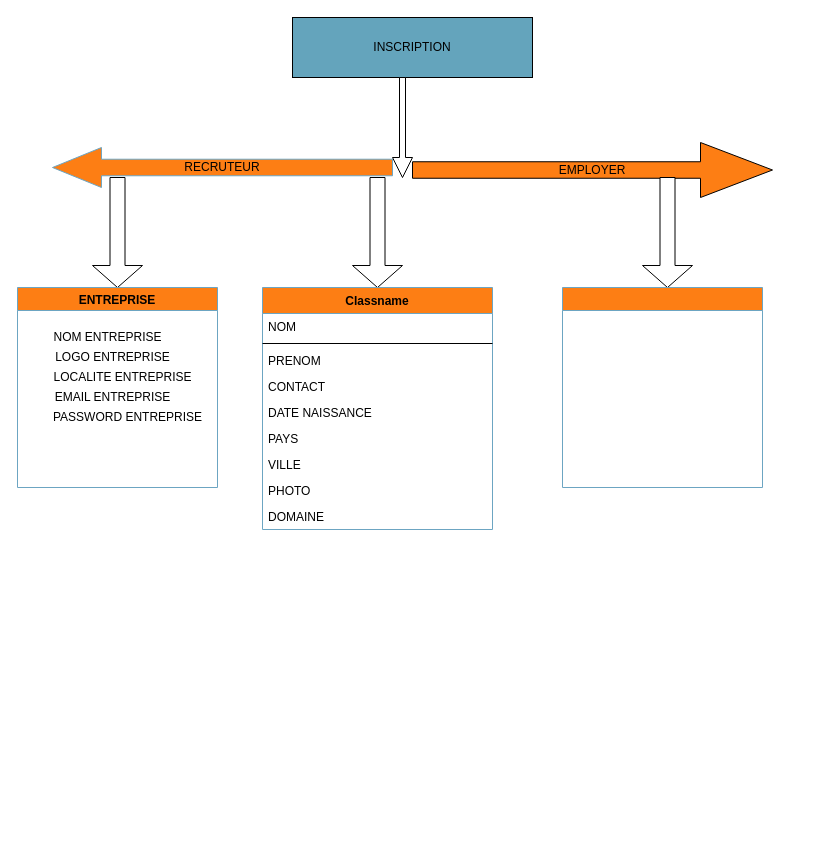
The draw.io diagram AT_RM.drawio in DavidDem249/diagrams, before the edit. Source tidied: cells renumbered, new cells numbered last; positions are measured from the earlier drawing's top-left corner, leaving out a move shared by most shapes. Both pictures are drawn from the tidied source at 100%, with x=0, y=0 at pixel (17, 17).
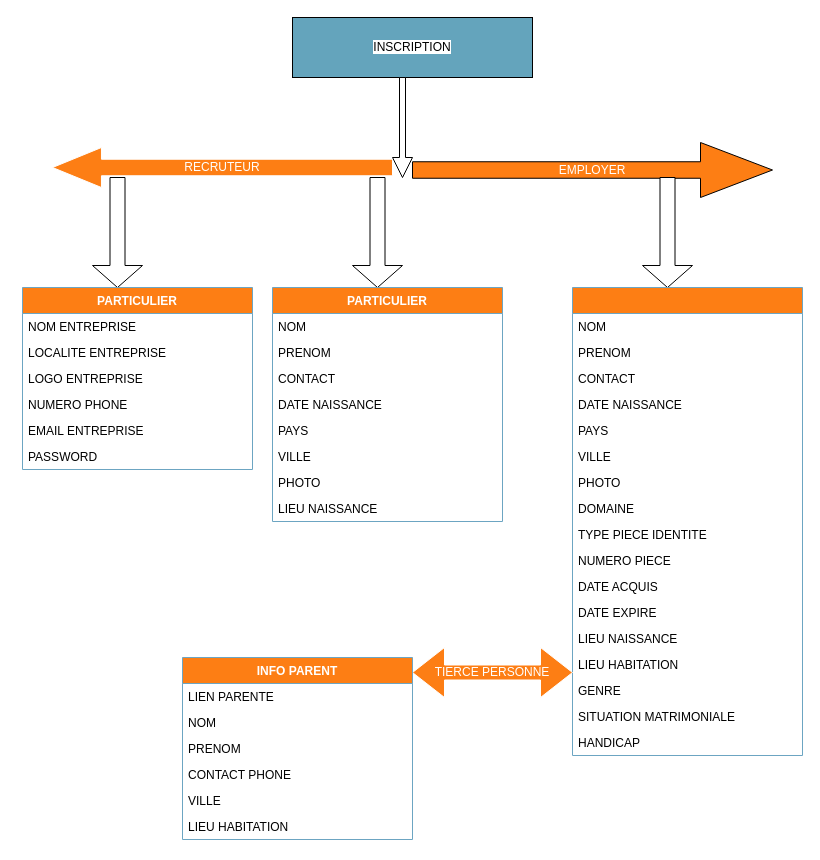
The same page after the edit.

Commit message:
Activité encours...

The edit, as a diff of the source:
```diff
@@
-    <mxCell id="2" value="INSCRIPTION" style="rounded=0;whiteSpace=wrap;html=1;fillColor=#64A4BC;" parent="1" vertex="1">
+    <mxCell id="2" value="&lt;span style=&quot;background-color: rgb(255 , 255 , 255)&quot;&gt;INSCRIPTION&lt;/span&gt;" style="rounded=0;whiteSpace=wrap;html=1;fillColor=#64A4BC;" parent="1" vertex="1">
       <mxGeometry x="275" width="240" height="60" as="geometry" />
     </mxCell>
@@
-    <mxCell id="4" value="RECRUTEUR" style="shape=singleArrow;direction=west;whiteSpace=wrap;html=1;arrowWidth=0.41333414713541666;arrowSize=0.144000244140625;strokeColor=#6CA5C2;fillColor=#fd7e14;" parent="1" vertex="1">
+    <mxCell id="4" value="&lt;font color=&quot;#ffffff&quot;&gt;RECRUTEUR&lt;/font&gt;" style="shape=singleArrow;direction=west;whiteSpace=wrap;html=1;arrowWidth=0.41333414713541666;arrowSize=0.144000244140625;strokeColor=#FFFFFF;fillColor=#fd7e14;" parent="1" vertex="1">
       <mxGeometry x="35" y="130" width="340" height="40" as="geometry" />
     </mxCell>
-    <mxCell id="5" value="EMPLOYER" style="shape=singleArrow;whiteSpace=wrap;html=1;fillColor=#fd7e14;" parent="1" vertex="1">
+    <mxCell id="5" value="&lt;font color=&quot;#ffffff&quot;&gt;EMPLOYER&lt;/font&gt;" style="shape=singleArrow;whiteSpace=wrap;html=1;fillColor=#fd7e14;" parent="1" vertex="1">
       <mxGeometry x="395" y="125" width="360" height="55" as="geometry" />
     </mxCell>
@@
-    <mxCell id="8" value="ENTREPRISE" style="swimlane;strokeColor=#6CA5C2;fillColor=#fd7e14;" parent="1" vertex="1">
-      <mxGeometry y="270" width="200" height="200" as="geometry" />
-    </mxCell>
-    <mxCell id="9" value="NOM ENTREPRISE" style="text;html=1;align=center;verticalAlign=middle;strokeColor=none;" parent="8" vertex="1">
-      <mxGeometry x="30" y="40" width="120" height="20" as="geometry" />
-    </mxCell>
-    <mxCell id="10" value="LOGO ENTREPRISE" style="text;html=1;align=center;verticalAlign=middle;strokeColor=none;" parent="1" vertex="1">
-      <mxGeometry x="30" y="330" width="130" height="20" as="geometry" />
-    </mxCell>
-    <mxCell id="11" value="LOCALITE ENTREPRISE" style="text;html=1;align=center;verticalAlign=middle;strokeColor=none;" parent="1" vertex="1">
-      <mxGeometry x="30" y="350" width="150" height="20" as="geometry" />
-    </mxCell>
-    <mxCell id="12" value="EMAIL ENTREPRISE" style="text;html=1;align=center;verticalAlign=middle;strokeColor=none;" parent="1" vertex="1">
-      <mxGeometry x="30" y="370" width="130" height="20" as="geometry" />
-    </mxCell>
@@
-    <mxCell id="14" style="swimlane;strokeColor=#6CA5C2;fillColor=#fd7e14;" parent="1" vertex="1">
-      <mxGeometry x="545" y="270" width="200" height="200" as="geometry" />
-    </mxCell>
-    <mxCell id="15" value="PASSWORD ENTREPRISE" style="text;html=1;align=center;verticalAlign=middle;strokeColor=none;" parent="1" vertex="1">
-      <mxGeometry x="30" y="390" width="160" height="20" as="geometry" />
-    </mxCell>
-    <mxCell id="16" value="Classname" style="swimlane;fontStyle=1;align=center;verticalAlign=top;horizontal=1;startSize=26;strokeColor=#6CA5C2;fillColor=#fd7e14;" parent="1" vertex="1">
-      <mxGeometry x="245" y="270" width="230" height="242" as="geometry" />
+    <mxCell id="16" value="PARTICULIER" style="swimlane;fontStyle=1;align=center;verticalAlign=top;horizontal=1;startSize=26;strokeColor=#6CA5C2;fillColor=#fd7e14;fontColor=#FFFFFF;" parent="1" vertex="1">
+      <mxGeometry x="5" y="270" width="230" height="182" as="geometry" />
     </mxCell>
-    <mxCell id="17" value="NOM" style="text;strokeColor=none;fillColor=none;align=left;verticalAlign=top;spacingLeft=4;spacingRight=4;overflow=hidden;" parent="16" vertex="1">
+    <mxCell id="17" value="NOM ENTREPRISE" style="text;strokeColor=none;fillColor=none;align=left;verticalAlign=top;spacingLeft=4;spacingRight=4;overflow=hidden;" parent="16" vertex="1">
       <mxGeometry y="26" width="230" height="26" as="geometry" />
     </mxCell>
-    <mxCell id="18" style="line;strokeWidth=1;fillColor=none;align=left;verticalAlign=middle;spacingTop=-1;spacingLeft=3;spacingRight=3;labelPosition=right;" parent="16" vertex="1">
-      <mxGeometry y="52" width="230" height="8" as="geometry" />
-    </mxCell>
-    <mxCell id="19" value="PRENOM" style="text;strokeColor=none;fillColor=none;align=left;verticalAlign=top;spacingLeft=4;spacingRight=4;overflow=hidden;" parent="16" vertex="1">
-      <mxGeometry y="60" width="230" height="26" as="geometry" />
+    <mxCell id="19" value="LOCALITE ENTREPRISE" style="text;strokeColor=none;fillColor=none;align=left;verticalAlign=top;spacingLeft=4;spacingRight=4;overflow=hidden;" parent="16" vertex="1">
+      <mxGeometry y="52" width="230" height="26" as="geometry" />
     </mxCell>
-    <mxCell id="20" value="CONTACT" style="text;strokeColor=none;fillColor=none;align=left;verticalAlign=top;spacingLeft=4;spacingRight=4;overflow=hidden;" parent="16" vertex="1">
-      <mxGeometry y="86" width="230" height="26" as="geometry" />
+    <mxCell id="20" value="LOGO ENTREPRISE" style="text;strokeColor=none;fillColor=none;align=left;verticalAlign=top;spacingLeft=4;spacingRight=4;overflow=hidden;" parent="16" vertex="1">
+      <mxGeometry y="78" width="230" height="26" as="geometry" />
     </mxCell>
-    <mxCell id="21" value="DATE NAISSANCE" style="text;strokeColor=none;fillColor=none;align=left;verticalAlign=top;spacingLeft=4;spacingRight=4;overflow=hidden;" parent="16" vertex="1">
-      <mxGeometry y="112" width="230" height="26" as="geometry" />
+    <mxCell id="21" value="NUMERO PHONE" style="text;strokeColor=none;fillColor=none;align=left;verticalAlign=top;spacingLeft=4;spacingRight=4;overflow=hidden;" parent="16" vertex="1">
+      <mxGeometry y="104" width="230" height="26" as="geometry" />
     </mxCell>
-    <mxCell id="22" value="PAYS" style="text;strokeColor=none;fillColor=none;align=left;verticalAlign=top;spacingLeft=4;spacingRight=4;overflow=hidden;" parent="16" vertex="1">
-      <mxGeometry y="138" width="230" height="26" as="geometry" />
+    <mxCell id="22" value="EMAIL ENTREPRISE" style="text;strokeColor=none;fillColor=none;align=left;verticalAlign=top;spacingLeft=4;spacingRight=4;overflow=hidden;" parent="16" vertex="1">
+      <mxGeometry y="130" width="230" height="26" as="geometry" />
     </mxCell>
-    <mxCell id="23" value="VILLE" style="text;strokeColor=none;fillColor=none;align=left;verticalAlign=top;spacingLeft=4;spacingRight=4;overflow=hidden;" parent="16" vertex="1">
-      <mxGeometry y="164" width="230" height="26" as="geometry" />
+    <mxCell id="23" value="PASSWORD" style="text;strokeColor=none;fillColor=none;align=left;verticalAlign=top;spacingLeft=4;spacingRight=4;overflow=hidden;" parent="16" vertex="1">
+      <mxGeometry y="156" width="230" height="26" as="geometry" />
     </mxCell>
-    <mxCell id="24" value="PHOTO" style="text;strokeColor=none;fillColor=none;align=left;verticalAlign=top;spacingLeft=4;spacingRight=4;overflow=hidden;" parent="16" vertex="1">
-      <mxGeometry y="190" width="230" height="26" as="geometry" />
-    </mxCell>
+    <mxCell id="26" style="swimlane;fontStyle=1;align=center;verticalAlign=top;horizontal=1;startSize=26;strokeColor=#6CA5C2;fillColor=#fd7e14;" parent="1" vertex="1">
+      <mxGeometry x="555" y="270" width="230" height="468" as="geometry" />
+    </mxCell>
+    <mxCell id="27" value="NOM" style="text;strokeColor=none;fillColor=none;align=left;verticalAlign=top;spacingLeft=4;spacingRight=4;overflow=hidden;" parent="26" vertex="1">
+      <mxGeometry y="26" width="230" height="26" as="geometry" />
+    </mxCell>
+    <mxCell id="28" value="PRENOM" style="text;strokeColor=none;fillColor=none;align=left;verticalAlign=top;spacingLeft=4;spacingRight=4;overflow=hidden;" parent="26" vertex="1">
+      <mxGeometry y="52" width="230" height="26" as="geometry" />
+    </mxCell>
+    <mxCell id="29" value="CONTACT" style="text;strokeColor=none;fillColor=none;align=left;verticalAlign=top;spacingLeft=4;spacingRight=4;overflow=hidden;" parent="26" vertex="1">
+      <mxGeometry y="78" width="230" height="26" as="geometry" />
+    </mxCell>
+    <mxCell id="30" value="DATE NAISSANCE" style="text;strokeColor=none;fillColor=none;align=left;verticalAlign=top;spacingLeft=4;spacingRight=4;overflow=hidden;" parent="26" vertex="1">
+      <mxGeometry y="104" width="230" height="26" as="geometry" />
+    </mxCell>
+    <mxCell id="31" value="PAYS" style="text;strokeColor=none;fillColor=none;align=left;verticalAlign=top;spacingLeft=4;spacingRight=4;overflow=hidden;" parent="26" vertex="1">
+      <mxGeometry y="130" width="230" height="26" as="geometry" />
+    </mxCell>
+    <mxCell id="32" value="VILLE" style="text;strokeColor=none;fillColor=none;align=left;verticalAlign=top;spacingLeft=4;spacingRight=4;overflow=hidden;" parent="26" vertex="1">
+      <mxGeometry y="156" width="230" height="26" as="geometry" />
+    </mxCell>
+    <mxCell id="33" value="PHOTO" style="text;strokeColor=none;fillColor=none;align=left;verticalAlign=top;spacingLeft=4;spacingRight=4;overflow=hidden;" parent="26" vertex="1">
+      <mxGeometry y="182" width="230" height="26" as="geometry" />
+    </mxCell>
-    <mxCell id="25" value="DOMAINE" style="text;strokeColor=none;fillColor=none;align=left;verticalAlign=top;spacingLeft=4;spacingRight=4;overflow=hidden;" parent="16" vertex="1">
-      <mxGeometry y="216" width="230" height="26" as="geometry" />
+    <mxCell id="25" value="DOMAINE" style="text;strokeColor=none;fillColor=none;align=left;verticalAlign=top;spacingLeft=4;spacingRight=4;overflow=hidden;" parent="26" vertex="1">
+      <mxGeometry y="208" width="230" height="26" as="geometry" />
     </mxCell>
+    <mxCell id="34" value="TYPE PIECE IDENTITE" style="text;strokeColor=none;fillColor=none;align=left;verticalAlign=top;spacingLeft=4;spacingRight=4;overflow=hidden;" parent="26" vertex="1">
+      <mxGeometry y="234" width="230" height="26" as="geometry" />
+    </mxCell>
+    <mxCell id="35" value="NUMERO PIECE" style="text;strokeColor=none;fillColor=none;align=left;verticalAlign=top;spacingLeft=4;spacingRight=4;overflow=hidden;" parent="26" vertex="1">
+      <mxGeometry y="260" width="230" height="26" as="geometry" />
+    </mxCell>
+    <mxCell id="36" value="DATE ACQUIS" style="text;strokeColor=none;fillColor=none;align=left;verticalAlign=top;spacingLeft=4;spacingRight=4;overflow=hidden;" parent="26" vertex="1">
+      <mxGeometry y="286" width="230" height="26" as="geometry" />
+    </mxCell>
+    <mxCell id="37" value="DATE EXPIRE" style="text;strokeColor=none;fillColor=none;align=left;verticalAlign=top;spacingLeft=4;spacingRight=4;overflow=hidden;" parent="26" vertex="1">
+      <mxGeometry y="312" width="230" height="26" as="geometry" />
+    </mxCell>
+    <mxCell id="38" value="LIEU NAISSANCE" style="text;strokeColor=none;fillColor=none;align=left;verticalAlign=top;spacingLeft=4;spacingRight=4;overflow=hidden;" parent="26" vertex="1">
+      <mxGeometry y="338" width="230" height="26" as="geometry" />
+    </mxCell>
+    <mxCell id="39" value="LIEU HABITATION" style="text;strokeColor=none;fillColor=none;align=left;verticalAlign=top;spacingLeft=4;spacingRight=4;overflow=hidden;" parent="26" vertex="1">
+      <mxGeometry y="364" width="230" height="26" as="geometry" />
+    </mxCell>
+    <mxCell id="40" value="GENRE" style="text;strokeColor=none;fillColor=none;align=left;verticalAlign=top;spacingLeft=4;spacingRight=4;overflow=hidden;" parent="26" vertex="1">
+      <mxGeometry y="390" width="230" height="26" as="geometry" />
+    </mxCell>
+    <mxCell id="41" value="SITUATION MATRIMONIALE " style="text;strokeColor=none;fillColor=none;align=left;verticalAlign=top;spacingLeft=4;spacingRight=4;overflow=hidden;" parent="26" vertex="1">
+      <mxGeometry y="416" width="230" height="26" as="geometry" />
+    </mxCell>
+    <mxCell id="42" value="HANDICAP " style="text;strokeColor=none;fillColor=none;align=left;verticalAlign=top;spacingLeft=4;spacingRight=4;overflow=hidden;" parent="26" vertex="1">
+      <mxGeometry y="442" width="230" height="26" as="geometry" />
+    </mxCell>
+    <mxCell id="43" value="PARTICULIER" style="swimlane;fontStyle=1;align=center;verticalAlign=top;horizontal=1;startSize=26;strokeColor=#6CA5C2;fillColor=#fd7e14;fontColor=#FFFFFF;" parent="1" vertex="1">
+      <mxGeometry x="255" y="270" width="230" height="234" as="geometry" />
+    </mxCell>
+    <mxCell id="44" value="NOM" style="text;strokeColor=none;fillColor=none;align=left;verticalAlign=top;spacingLeft=4;spacingRight=4;overflow=hidden;" parent="43" vertex="1">
+      <mxGeometry y="26" width="230" height="26" as="geometry" />
+    </mxCell>
+    <mxCell id="45" value="PRENOM" style="text;strokeColor=none;fillColor=none;align=left;verticalAlign=top;spacingLeft=4;spacingRight=4;overflow=hidden;" parent="43" vertex="1">
+      <mxGeometry y="52" width="230" height="26" as="geometry" />
+    </mxCell>
+    <mxCell id="46" value="CONTACT" style="text;strokeColor=none;fillColor=none;align=left;verticalAlign=top;spacingLeft=4;spacingRight=4;overflow=hidden;" parent="43" vertex="1">
+      <mxGeometry y="78" width="230" height="26" as="geometry" />
+    </mxCell>
+    <mxCell id="47" value="DATE NAISSANCE" style="text;strokeColor=none;fillColor=none;align=left;verticalAlign=top;spacingLeft=4;spacingRight=4;overflow=hidden;" parent="43" vertex="1">
+      <mxGeometry y="104" width="230" height="26" as="geometry" />
+    </mxCell>
+    <mxCell id="48" value="PAYS" style="text;strokeColor=none;fillColor=none;align=left;verticalAlign=top;spacingLeft=4;spacingRight=4;overflow=hidden;" parent="43" vertex="1">
+      <mxGeometry y="130" width="230" height="26" as="geometry" />
+    </mxCell>
+    <mxCell id="49" value="VILLE" style="text;strokeColor=none;fillColor=none;align=left;verticalAlign=top;spacingLeft=4;spacingRight=4;overflow=hidden;" parent="43" vertex="1">
+      <mxGeometry y="156" width="230" height="26" as="geometry" />
+    </mxCell>
+    <mxCell id="50" value="PHOTO" style="text;strokeColor=none;fillColor=none;align=left;verticalAlign=top;spacingLeft=4;spacingRight=4;overflow=hidden;" parent="43" vertex="1">
+      <mxGeometry y="182" width="230" height="26" as="geometry" />
+    </mxCell>
+    <mxCell id="51" value="LIEU NAISSANCE" style="text;strokeColor=none;fillColor=none;align=left;verticalAlign=top;spacingLeft=4;spacingRight=4;overflow=hidden;" parent="43" vertex="1">
+      <mxGeometry y="208" width="230" height="26" as="geometry" />
+    </mxCell>
+    <mxCell id="52" value="TIERCE PERSONNE" style="shape=doubleArrow;whiteSpace=wrap;html=1;fontColor=#FFFFFF;strokeColor=#FFFFFF;fillColor=#fd7e14;" parent="1" vertex="1">
+      <mxGeometry x="395" y="630" width="160" height="50" as="geometry" />
+    </mxCell>
+    <mxCell id="53" value="INFO PARENT" style="swimlane;fontStyle=1;align=center;verticalAlign=top;horizontal=1;startSize=26;strokeColor=#6CA5C2;fillColor=#fd7e14;fontColor=#FFFFFF;" parent="1" vertex="1">
+      <mxGeometry x="165" y="640" width="230" height="182" as="geometry" />
+    </mxCell>
+    <mxCell id="54" value="LIEN PARENTE" style="text;strokeColor=none;fillColor=none;align=left;verticalAlign=top;spacingLeft=4;spacingRight=4;overflow=hidden;" parent="53" vertex="1">
+      <mxGeometry y="26" width="230" height="26" as="geometry" />
+    </mxCell>
+    <mxCell id="55" value="NOM" style="text;strokeColor=none;fillColor=none;align=left;verticalAlign=top;spacingLeft=4;spacingRight=4;overflow=hidden;" parent="53" vertex="1">
+      <mxGeometry y="52" width="230" height="26" as="geometry" />
+    </mxCell>
+    <mxCell id="56" value="PRENOM" style="text;strokeColor=none;fillColor=none;align=left;verticalAlign=top;spacingLeft=4;spacingRight=4;overflow=hidden;" parent="53" vertex="1">
+      <mxGeometry y="78" width="230" height="26" as="geometry" />
+    </mxCell>
+    <mxCell id="57" value="CONTACT PHONE" style="text;strokeColor=none;fillColor=none;align=left;verticalAlign=top;spacingLeft=4;spacingRight=4;overflow=hidden;" parent="53" vertex="1">
+      <mxGeometry y="104" width="230" height="26" as="geometry" />
+    </mxCell>
+    <mxCell id="58" value="VILLE" style="text;strokeColor=none;fillColor=none;align=left;verticalAlign=top;spacingLeft=4;spacingRight=4;overflow=hidden;" parent="53" vertex="1">
+      <mxGeometry y="130" width="230" height="26" as="geometry" />
+    </mxCell>
+    <mxCell id="59" value="LIEU HABITATION" style="text;strokeColor=none;fillColor=none;align=left;verticalAlign=top;spacingLeft=4;spacingRight=4;overflow=hidden;" parent="53" vertex="1">
+      <mxGeometry y="156" width="230" height="26" as="geometry" />
+    </mxCell>
```
